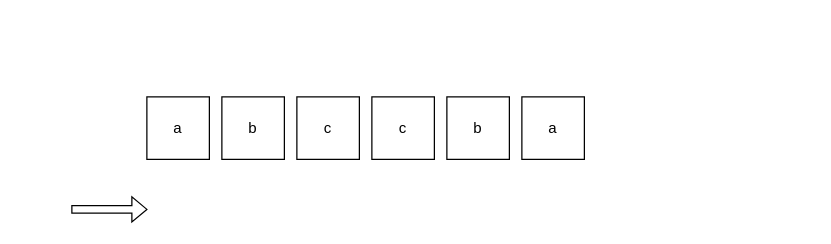
Above: Untitled Diagram.drawio in HG9558/serverless_demo (draw.io), before the change. Source tidied: cells renumbered, new cells numbered last; positions are measured from the earlier drawing's top-left corner, leaving out a move shared by most shapes. Both pictures are drawn from the tidied source at 125%, with x=0, y=0 at pixel (71, 96).
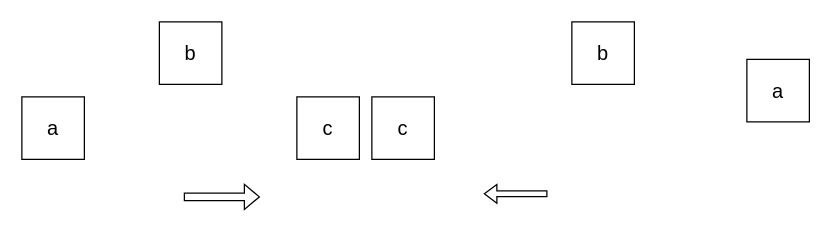
Above is the later version.

Diff of the diagram source:
```diff
@@
 <mxGraphModel>
   <root>
     <mxCell id="0" />
     <mxCell id="1" parent="0" />
-    <mxCell id="2" value="a" style="whiteSpace=wrap;html=1;" parent="1" vertex="1">
-      <mxGeometry x="60" width="50" height="50" as="geometry" />
+    <mxCell id="2" value="a" style="whiteSpace=wrap;html=1;fontSize=16;" parent="1" vertex="1">
+      <mxGeometry x="-40" width="50" height="50" as="geometry" />
     </mxCell>
-    <mxCell id="3" value="c" style="whiteSpace=wrap;html=1;" parent="1" vertex="1">
+    <mxCell id="3" value="c" style="whiteSpace=wrap;html=1;fontSize=16;" parent="1" vertex="1">
       <mxGeometry x="180" width="50" height="50" as="geometry" />
     </mxCell>
-    <mxCell id="4" value="b" style="whiteSpace=wrap;html=1;" parent="1" vertex="1">
-      <mxGeometry x="120" width="50" height="50" as="geometry" />
+    <mxCell id="4" value="b" style="whiteSpace=wrap;html=1;fontSize=16;" parent="1" vertex="1">
+      <mxGeometry x="70" y="-60" width="50" height="50" as="geometry" />
     </mxCell>
-    <mxCell id="5" value="c" style="whiteSpace=wrap;html=1;" parent="1" vertex="1">
+    <mxCell id="5" value="c" style="whiteSpace=wrap;html=1;fontSize=16;" parent="1" vertex="1">
       <mxGeometry x="240" width="50" height="50" as="geometry" />
     </mxCell>
-    <mxCell id="6" value="a" style="whiteSpace=wrap;html=1;" parent="1" vertex="1">
-      <mxGeometry x="360" width="50" height="50" as="geometry" />
+    <mxCell id="6" value="a" style="whiteSpace=wrap;html=1;fontSize=16;" parent="1" vertex="1">
+      <mxGeometry x="540" y="-30" width="50" height="50" as="geometry" />
     </mxCell>
-    <mxCell id="7" value="b" style="whiteSpace=wrap;html=1;" parent="1" vertex="1">
-      <mxGeometry x="300" width="50" height="50" as="geometry" />
+    <mxCell id="7" value="b" style="whiteSpace=wrap;html=1;fontSize=16;" parent="1" vertex="1">
+      <mxGeometry x="400" y="-60" width="50" height="50" as="geometry" />
     </mxCell>
-    <mxCell id="8" style="shape=singleArrow;whiteSpace=wrap;html=1;" parent="1" vertex="1">
-      <mxGeometry y="80" width="60" height="20" as="geometry" />
+    <mxCell id="8" style="shape=singleArrow;whiteSpace=wrap;html=1;fontSize=16;" parent="1" vertex="1">
+      <mxGeometry x="90" y="70" width="60" height="20" as="geometry" />
     </mxCell>
+    <mxCell id="9" style="shape=singleArrow;direction=west;whiteSpace=wrap;html=1;fontSize=16;" parent="1" vertex="1">
+      <mxGeometry x="330" y="70" width="50" height="15" as="geometry" />
+    </mxCell>
   </root>
 </mxGraphModel>
```
